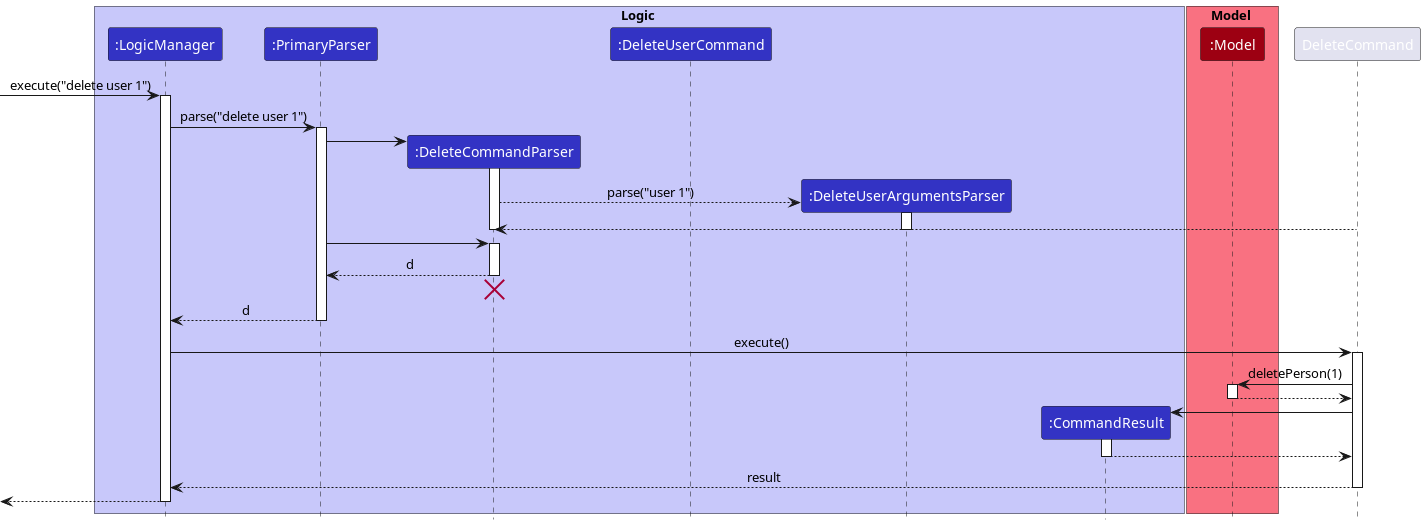
Before: docs/images/DeleteSequenceDiagram.png, a diagram exported from PlantUML (nus-cs2103-AY2223S1/tp).
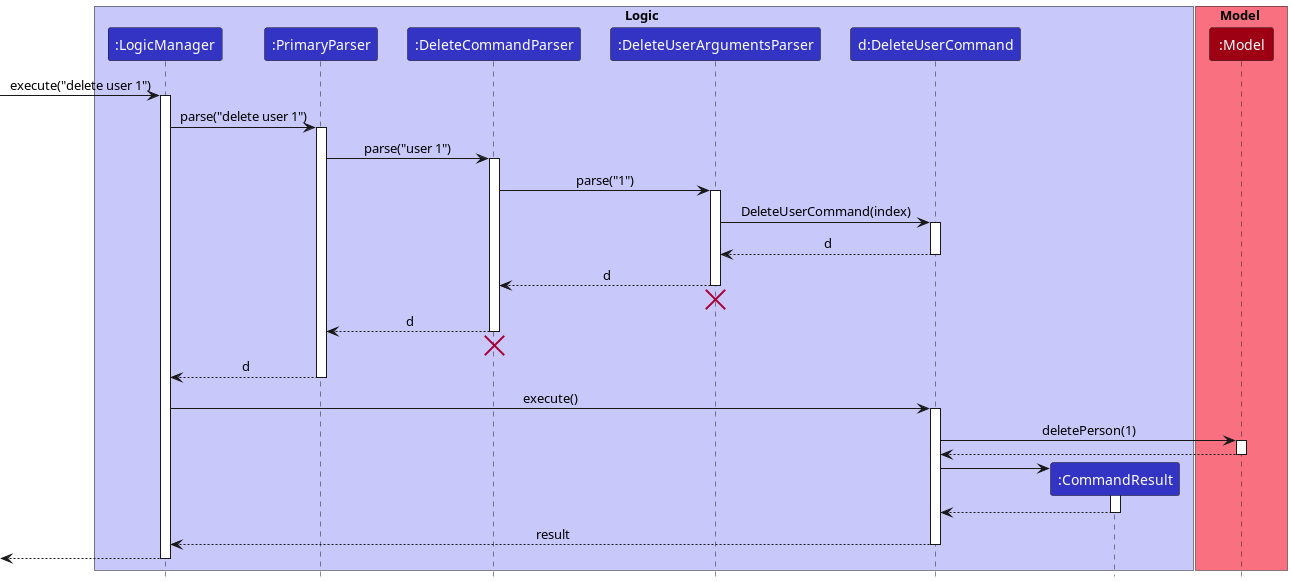
After the commit.

The edit, as a diff of the source:
```diff
@@ -5,8 +5,8 @@
 participant ":LogicManager" as LogicManager LOGIC_COLOR
 participant ":PrimaryParser" as PrimaryParser LOGIC_COLOR
 participant ":DeleteCommandParser" as DeleteCommandParser LOGIC_COLOR
-participant ":DeleteUserCommand" as DeleteUserCommand LOGIC_COLOR
 participant ":DeleteUserArgumentsParser" as DeleteUserArgumentsParser LOGIC_COLOR
+participant "d:DeleteUserCommand" as DeleteUserCommand LOGIC_COLOR
 participant ":CommandResult" as CommandResult LOGIC_COLOR
 end box
 
@@ -20,21 +20,22 @@
 LogicManager -> PrimaryParser : parse("delete user 1")
 activate PrimaryParser
 
-create DeleteCommandParser
-PrimaryParser -> DeleteCommandParser
+PrimaryParser -> DeleteCommandParser : parse("user 1")
 activate DeleteCommandParser
 
-create DeleteUserArgumentsParser
-DeleteCommandParser --> DeleteUserArgumentsParser : parse("user 1")
+DeleteCommandParser -> DeleteUserArgumentsParser : parse("1")
 activate DeleteUserArgumentsParser
-DeleteCommand --> DeleteCommandParser
 
+DeleteUserArgumentsParser -> DeleteUserCommand : DeleteUserCommand(index)
 
+activate DeleteUserCommand
+DeleteUserCommand --> DeleteUserArgumentsParser : d
+deactivate DeleteUserCommand
+
+DeleteUserArgumentsParser --> DeleteCommandParser : d
 deactivate DeleteUserArgumentsParser
-deactivate DeleteCommandParser
-
-PrimaryParser -> DeleteCommandParser
-activate DeleteCommandParser
+DeleteUserArgumentsParser -[hidden]-> DeleteCommandParser
+destroy DeleteUserArgumentsParser
 
 DeleteCommandParser --> PrimaryParser : d
 deactivate DeleteCommandParser
@@ -44,24 +45,24 @@
 PrimaryParser --> LogicManager : d
 deactivate PrimaryParser
 
-LogicManager -> DeleteCommand : execute()
-activate DeleteCommand
+LogicManager -> DeleteUserCommand : execute()
+activate DeleteUserCommand
 
-DeleteCommand -> Model : deletePerson(1)
+DeleteUserCommand -> Model : deletePerson(1)
 activate Model
 
-Model --> DeleteCommand
+Model --> DeleteUserCommand
 deactivate Model
 
 create CommandResult
-DeleteCommand -> CommandResult
+DeleteUserCommand -> CommandResult
 activate CommandResult
 
-CommandResult --> DeleteCommand
+CommandResult --> DeleteUserCommand
 deactivate CommandResult
 
-DeleteCommand --> LogicManager : result
-deactivate DeleteCommand
+DeleteUserCommand --> LogicManager : result
+deactivate DeleteUserCommand
 
 [<--LogicManager
 deactivate LogicManager
```
